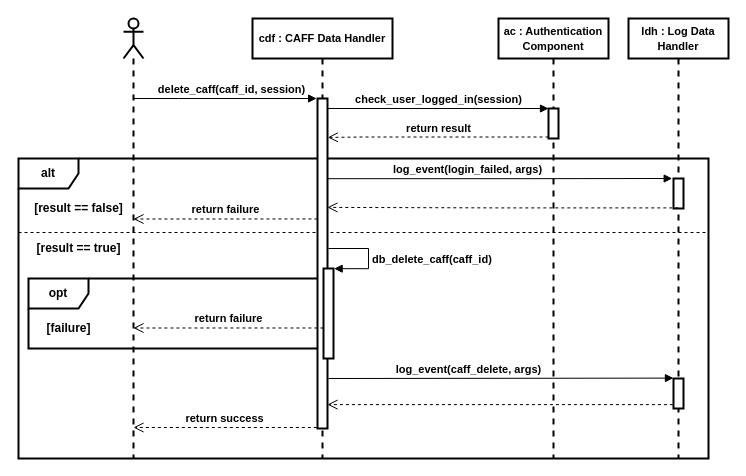
This is Documentation/Sequence diagrams/Sequence_CAFF_Delete.drawio from nemkrisz11/Computer-Security-Homework-2021-SHAjt, a draw.io file, before an edit. Source tidied: cells renumbered, new cells numbered last; positions are measured from the earlier drawing's top-left corner, leaving out a move shared by most shapes. Both pictures are drawn from the tidied source at 100%, with x=0, y=0 at pixel (18, 18).
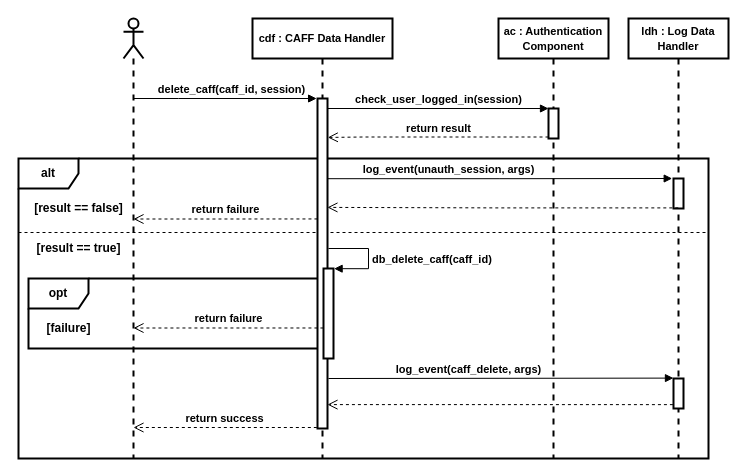
The same diagram, later.

Commit message (it also covers changes not shown here):
Add Sequence_CAFF_Search, update CAFF_Delete & CAFF_Upload

Unchanged cells that the change refers to:
```xml
<mxCell id="9" style="html=1;points=[];perimeter=orthogonalPerimeter;strokeWidth=2;" parent="7" vertex="1">
  <mxGeometry x="65" y="80" width="10" height="330" as="geometry" />
</mxCell>
<mxCell id="12" value="&lt;font style=&quot;font-size: 11px&quot;&gt;&lt;b&gt;ac : Authentication Component&lt;br&gt;&lt;/b&gt;&lt;/font&gt;" style="shape=umlLifeline;perimeter=lifelinePerimeter;whiteSpace=wrap;html=1;strokeWidth=2;" parent="1" vertex="1">
  <mxGeometry x="480" width="110" height="440" as="geometry" />
</mxCell>
```

Change to the diagram source:
```diff
@@
-    <mxCell id="14" value="&lt;b&gt;log_event(login_failed, args)&lt;/b&gt;" style="html=1;verticalAlign=bottom;endArrow=block;rounded=0;edgeStyle=orthogonalEdgeStyle;entryX=-0.031;entryY=0.057;entryDx=0;entryDy=0;entryPerimeter=0;strokeWidth=1;exitX=1.038;exitY=0.243;exitDx=0;exitDy=0;exitPerimeter=0;" parent="12" edge="1" source="9">
-      <mxGeometry x="-0.19" relative="1" as="geometry">
+    <mxCell id="14" value="&lt;b&gt;log_event(unauth_session, args)&lt;/b&gt;" style="html=1;verticalAlign=bottom;endArrow=block;rounded=0;edgeStyle=orthogonalEdgeStyle;entryX=-0.031;entryY=0.057;entryDx=0;entryDy=0;entryPerimeter=0;strokeWidth=1;exitX=1.038;exitY=0.243;exitDx=0;exitDy=0;exitPerimeter=0;" parent="12" edge="1" source="9">
+      <mxGeometry x="-0.3" relative="1" as="geometry">
         <mxPoint x="173.7" y="160" as="targetPoint" />
       </mxGeometry>
     </mxCell>
```
